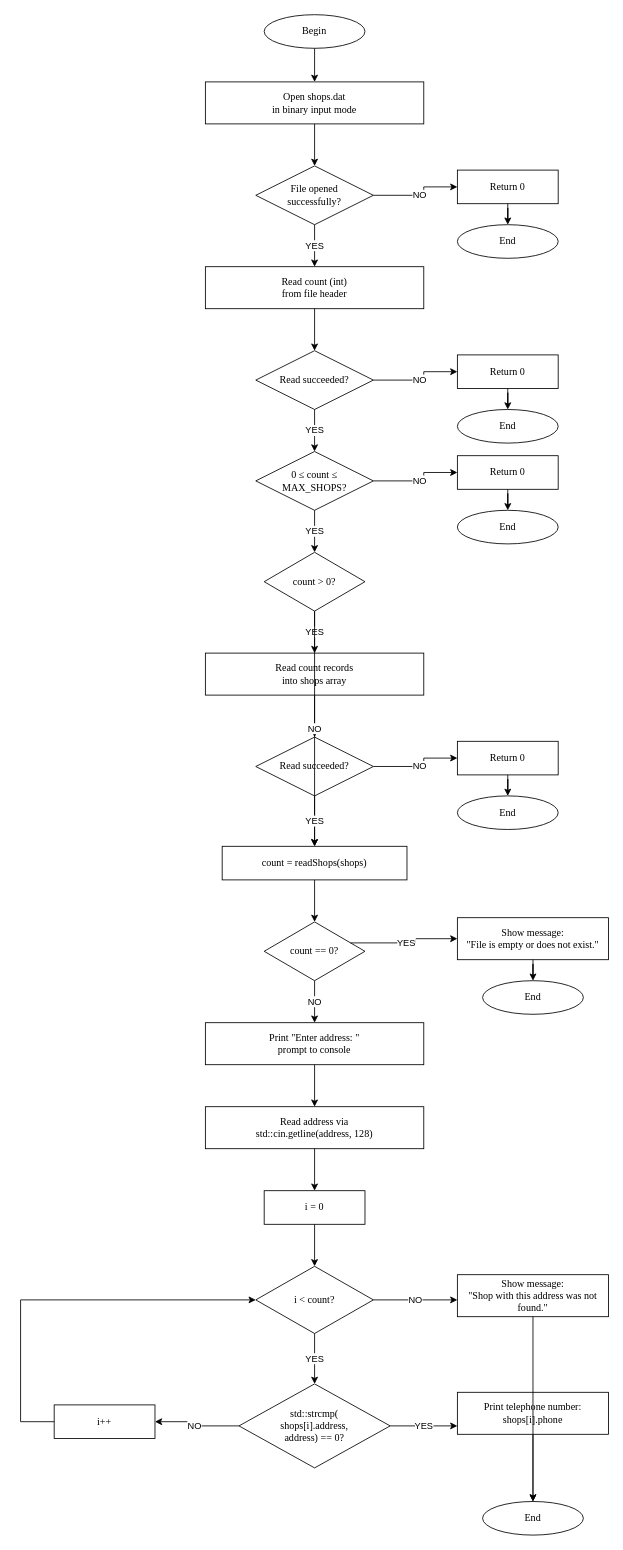
The draw.io diagram Programming/LAB2_2/LAB2_2.drawio in st93642/TSI, before the edit. Source tidied: cells renumbered, new cells numbered last; positions are measured from the earlier drawing's top-left corner, leaving out a move shared by most shapes. Both pictures are drawn from the tidied source at 84%, with x=0, y=0 at pixel (20, 14).
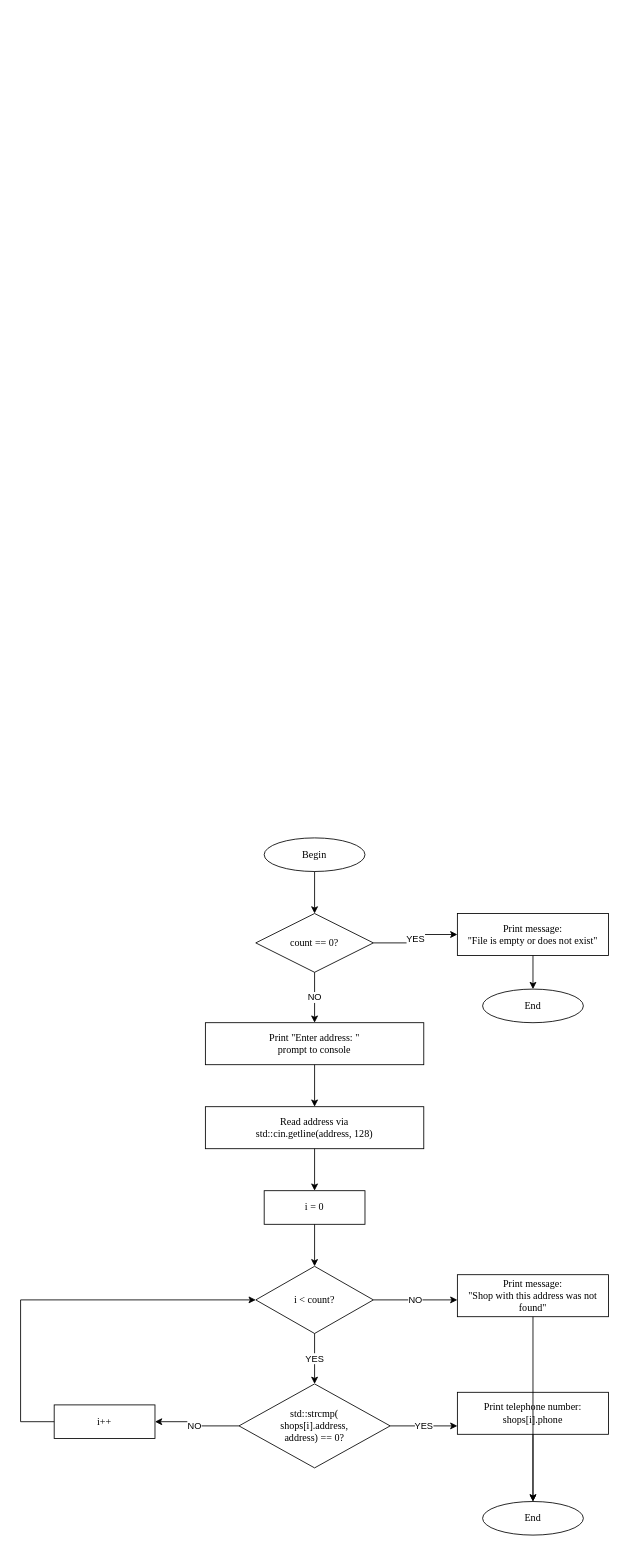
The same diagram, later.

The edit, as a diff of the source:
```diff
@@
     <mxCell id="2" value="Begin" style="ellipse;whiteSpace=wrap;html=1;fontFamily=Times New Roman;fontSize=12;" parent="1" vertex="1">
-      <mxGeometry x="290" width="120" height="40" as="geometry" />
+      <mxGeometry x="290" y="980" width="120" height="40" as="geometry" />
     </mxCell>
-    <mxCell id="3" value="Open shops.dat &lt;br&gt;in binary input mode" style="rounded=0;whiteSpace=wrap;html=1;fontFamily=Times New Roman;fontSize=12;" parent="1" vertex="1">
-      <mxGeometry x="220" y="80" width="260" height="50" as="geometry" />
-    </mxCell>
-    <mxCell id="4" style="edgeStyle=orthogonalEdgeStyle;rounded=0;jettySize=auto;html=1;" parent="1" edge="1" source="2" target="3">
-      <mxGeometry relative="1" as="geometry" />
-    </mxCell>
-    <mxCell id="5" value="File opened&lt;br&gt;successfully?" style="rhombus;whiteSpace=wrap;html=1;fontFamily=Times New Roman;fontSize=12;" parent="1" vertex="1">
-      <mxGeometry x="280" y="180" width="140" height="70" as="geometry" />
-    </mxCell>
-    <mxCell id="6" style="edgeStyle=orthogonalEdgeStyle;rounded=0;jettySize=auto;html=1;" parent="1" edge="1" source="3" target="5">
-      <mxGeometry relative="1" as="geometry" />
-    </mxCell>
-    <mxCell id="7" value="Return 0" style="rounded=0;whiteSpace=wrap;html=1;fontFamily=Times New Roman;fontSize=12;" parent="1" vertex="1">
-      <mxGeometry x="520" y="185" width="120" height="40" as="geometry" />
-    </mxCell>
-    <mxCell id="8" value="NO" style="edgeStyle=orthogonalEdgeStyle;rounded=0;jettySize=auto;html=1;" parent="1" edge="1" source="5" target="7">
-      <mxGeometry relative="1" as="geometry">
-        <Array as="points">
-          <mxPoint x="480" y="215" />
-        </Array>
-      </mxGeometry>
-    </mxCell>
-    <mxCell id="9" value="Read count (int) &lt;br&gt;from file header" style="rounded=0;whiteSpace=wrap;html=1;fontFamily=Times New Roman;fontSize=12;" parent="1" vertex="1">
-      <mxGeometry x="220" y="300" width="260" height="50" as="geometry" />
-    </mxCell>
-    <mxCell id="10" value="YES" style="edgeStyle=orthogonalEdgeStyle;rounded=0;jettySize=auto;html=1;" parent="1" edge="1" source="5" target="9">
-      <mxGeometry relative="1" as="geometry" />
-    </mxCell>
-    <mxCell id="11" value="Read succeeded?" style="rhombus;whiteSpace=wrap;html=1;fontFamily=Times New Roman;fontSize=12;" parent="1" vertex="1">
-      <mxGeometry x="280" y="400" width="140" height="70" as="geometry" />
-    </mxCell>
-    <mxCell id="12" style="edgeStyle=orthogonalEdgeStyle;rounded=0;jettySize=auto;html=1;" parent="1" edge="1" source="9" target="11">
-      <mxGeometry relative="1" as="geometry" />
-    </mxCell>
-    <mxCell id="13" value="Return 0" style="rounded=0;whiteSpace=wrap;html=1;fontFamily=Times New Roman;fontSize=12;" parent="1" vertex="1">
-      <mxGeometry x="520" y="405" width="120" height="40" as="geometry" />
-    </mxCell>
-    <mxCell id="14" value="NO" style="edgeStyle=orthogonalEdgeStyle;rounded=0;jettySize=auto;html=1;" parent="1" edge="1" source="11" target="13">
-      <mxGeometry relative="1" as="geometry">
-        <Array as="points">
-          <mxPoint x="480" y="435" />
-        </Array>
-      </mxGeometry>
-    </mxCell>
-    <mxCell id="15" value="0 &amp;le; count &amp;le;&lt;br&gt;MAX_SHOPS?" style="rhombus;whiteSpace=wrap;html=1;fontFamily=Times New Roman;fontSize=12;" parent="1" vertex="1">
-      <mxGeometry x="280" y="520" width="140" height="70" as="geometry" />
-    </mxCell>
-    <mxCell id="16" value="YES" style="edgeStyle=orthogonalEdgeStyle;rounded=0;jettySize=auto;html=1;" parent="1" edge="1" source="11" target="15">
-      <mxGeometry relative="1" as="geometry" />
-    </mxCell>
-    <mxCell id="17" value="Return 0" style="rounded=0;whiteSpace=wrap;html=1;fontFamily=Times New Roman;fontSize=12;" parent="1" vertex="1">
-      <mxGeometry x="520" y="525" width="120" height="40" as="geometry" />
-    </mxCell>
-    <mxCell id="18" value="NO" style="edgeStyle=orthogonalEdgeStyle;rounded=0;jettySize=auto;html=1;" parent="1" edge="1" source="15" target="17">
-      <mxGeometry relative="1" as="geometry">
-        <Array as="points">
-          <mxPoint x="480" y="555" />
-        </Array>
-      </mxGeometry>
-    </mxCell>
-    <mxCell id="19" value="count &amp;gt; 0?" style="rhombus;whiteSpace=wrap;html=1;fontFamily=Times New Roman;fontSize=12;" parent="1" vertex="1">
-      <mxGeometry x="290" y="640" width="120" height="70" as="geometry" />
-    </mxCell>
-    <mxCell id="20" value="YES" style="edgeStyle=orthogonalEdgeStyle;rounded=0;jettySize=auto;html=1;" parent="1" edge="1" source="15" target="19">
-      <mxGeometry relative="1" as="geometry" />
-    </mxCell>
-    <mxCell id="21" value="Read count records&lt;br&gt;into shops array" style="rounded=0;whiteSpace=wrap;html=1;fontFamily=Times New Roman;fontSize=12;" parent="1" vertex="1">
-      <mxGeometry x="220" y="760" width="260" height="50" as="geometry" />
-    </mxCell>
-    <mxCell id="22" value="YES" style="edgeStyle=orthogonalEdgeStyle;rounded=0;jettySize=auto;html=1;" parent="1" edge="1" source="19" target="21">
-      <mxGeometry relative="1" as="geometry" />
-    </mxCell>
-    <mxCell id="23" value="Read succeeded?" style="rhombus;whiteSpace=wrap;html=1;fontFamily=Times New Roman;fontSize=12;" parent="1" vertex="1">
-      <mxGeometry x="280" y="860" width="140" height="70" as="geometry" />
-    </mxCell>
-    <mxCell id="24" style="edgeStyle=orthogonalEdgeStyle;rounded=0;jettySize=auto;html=1;" parent="1" edge="1" source="21" target="23">
-      <mxGeometry relative="1" as="geometry" />
-    </mxCell>
-    <mxCell id="25" value="Return 0" style="rounded=0;whiteSpace=wrap;html=1;fontFamily=Times New Roman;fontSize=12;" parent="1" vertex="1">
-      <mxGeometry x="520" y="865" width="120" height="40" as="geometry" />
-    </mxCell>
-    <mxCell id="26" value="NO" style="edgeStyle=orthogonalEdgeStyle;rounded=0;jettySize=auto;html=1;" parent="1" edge="1" source="23" target="25">
-      <mxGeometry relative="1" as="geometry">
-        <Array as="points">
-          <mxPoint x="480" y="895" />
-        </Array>
-      </mxGeometry>
-    </mxCell>
-    <mxCell id="27" value="count = readShops(shops)" style="rounded=0;whiteSpace=wrap;html=1;fontFamily=Times New Roman;fontSize=12;" parent="1" vertex="1">
-      <mxGeometry x="240" y="990" width="220" height="40" as="geometry" />
-    </mxCell>
-    <mxCell id="28" value="NO" style="edgeStyle=orthogonalEdgeStyle;rounded=0;jettySize=auto;html=1;" parent="1" edge="1" source="19" target="27">
-      <mxGeometry relative="1" as="geometry">
-        <Array as="points">
-          <mxPoint x="350" y="710" />
-          <mxPoint x="350" y="990" />
-        </Array>
-      </mxGeometry>
-    </mxCell>
-    <mxCell id="29" value="YES" style="edgeStyle=orthogonalEdgeStyle;rounded=0;jettySize=auto;html=1;" parent="1" edge="1" source="23" target="27">
-      <mxGeometry relative="1" as="geometry">
-        <Array as="points">
-          <mxPoint x="350" y="930" />
-          <mxPoint x="350" y="990" />
-        </Array>
-      </mxGeometry>
-    </mxCell>
     <mxCell id="30" value="count == 0?" style="rhombus;whiteSpace=wrap;html=1;fontFamily=Times New Roman;fontSize=12;" parent="1" vertex="1">
-      <mxGeometry x="290" y="1080" width="120" height="70" as="geometry" />
+      <mxGeometry x="280" y="1070" width="140" height="70" as="geometry" />
     </mxCell>
-    <mxCell id="31" style="edgeStyle=orthogonalEdgeStyle;rounded=0;jettySize=auto;html=1;" parent="1" edge="1" source="27" target="30">
-      <mxGeometry relative="1" as="geometry" />
-    </mxCell>
+    <mxCell id="64" style="edgeStyle=orthogonalEdgeStyle;rounded=0;jettySize=auto;html=1;" parent="1" edge="1" source="2" target="30">
+      <mxGeometry relative="1" as="geometry" />
+    </mxCell>
-    <mxCell id="32" value="Show message:&lt;br&gt;&amp;quot;File is empty or does not exist.&amp;quot;" style="rounded=0;whiteSpace=wrap;html=1;fontFamily=Times New Roman;fontSize=12;" parent="1" vertex="1">
-      <mxGeometry x="520" y="1075" width="180" height="50" as="geometry" />
+    <mxCell id="32" value="Print message:&lt;br&gt;&amp;quot;File is empty or does not exist&amp;quot;" style="rounded=0;whiteSpace=wrap;html=1;fontFamily=Times New Roman;fontSize=12;" parent="1" vertex="1">
+      <mxGeometry x="520" y="1070" width="180" height="50" as="geometry" />
     </mxCell>
@@
+    <mxCell id="59" value="End" style="ellipse;whiteSpace=wrap;html=1;fontFamily=Times New Roman;fontSize=12;" parent="1" vertex="1">
+      <mxGeometry x="550" y="1160" width="120" height="40" as="geometry" />
+    </mxCell>
+    <mxCell id="60" style="edgeStyle=orthogonalEdgeStyle;rounded=0;jettySize=auto;html=1;" parent="1" edge="1" source="32" target="59">
+      <mxGeometry relative="1" as="geometry" />
+    </mxCell>
@@
-    <mxCell id="42" value="Show message:&lt;br&gt;&amp;quot;Shop with this address was not found.&amp;quot;" style="rounded=0;whiteSpace=wrap;html=1;fontFamily=Times New Roman;fontSize=12;" parent="1" vertex="1">
+    <mxCell id="42" value="Print message:&lt;br&gt;&amp;quot;Shop with this address was not found&amp;quot;" style="rounded=0;whiteSpace=wrap;html=1;fontFamily=Times New Roman;fontSize=12;" parent="1" vertex="1">
       <mxGeometry x="520" y="1500" width="180" height="50" as="geometry" />
     </mxCell>
@@
-    <mxCell id="51" value="End" style="ellipse;whiteSpace=wrap;html=1;fontFamily=Times New Roman;fontSize=12;" parent="1" vertex="1">
-      <mxGeometry x="520" y="250" width="120" height="40" as="geometry" />
-    </mxCell>
-    <mxCell id="52" style="edgeStyle=orthogonalEdgeStyle;rounded=0;jettySize=auto;html=1;" parent="1" edge="1" source="7" target="51">
-      <mxGeometry relative="1" as="geometry" />
-    </mxCell>
-    <mxCell id="53" value="End" style="ellipse;whiteSpace=wrap;html=1;fontFamily=Times New Roman;fontSize=12;" parent="1" vertex="1">
-      <mxGeometry x="520" y="470" width="120" height="40" as="geometry" />
-    </mxCell>
-    <mxCell id="54" style="edgeStyle=orthogonalEdgeStyle;rounded=0;jettySize=auto;html=1;" parent="1" edge="1" source="13" target="53">
-      <mxGeometry relative="1" as="geometry" />
-    </mxCell>
-    <mxCell id="55" value="End" style="ellipse;whiteSpace=wrap;html=1;fontFamily=Times New Roman;fontSize=12;" parent="1" vertex="1">
-      <mxGeometry x="520" y="590" width="120" height="40" as="geometry" />
-    </mxCell>
-    <mxCell id="56" style="edgeStyle=orthogonalEdgeStyle;rounded=0;jettySize=auto;html=1;" parent="1" edge="1" source="17" target="55">
-      <mxGeometry relative="1" as="geometry" />
-    </mxCell>
-    <mxCell id="57" value="End" style="ellipse;whiteSpace=wrap;html=1;fontFamily=Times New Roman;fontSize=12;" parent="1" vertex="1">
-      <mxGeometry x="520" y="930" width="120" height="40" as="geometry" />
-    </mxCell>
-    <mxCell id="58" style="edgeStyle=orthogonalEdgeStyle;rounded=0;jettySize=auto;html=1;" parent="1" edge="1" source="25" target="57">
-      <mxGeometry relative="1" as="geometry" />
-    </mxCell>
-    <mxCell id="59" value="End" style="ellipse;whiteSpace=wrap;html=1;fontFamily=Times New Roman;fontSize=12;" parent="1" vertex="1">
-      <mxGeometry x="550" y="1150" width="120" height="40" as="geometry" />
-    </mxCell>
-    <mxCell id="60" style="edgeStyle=orthogonalEdgeStyle;rounded=0;jettySize=auto;html=1;" parent="1" edge="1" source="32" target="59">
-      <mxGeometry relative="1" as="geometry" />
-    </mxCell>
```
